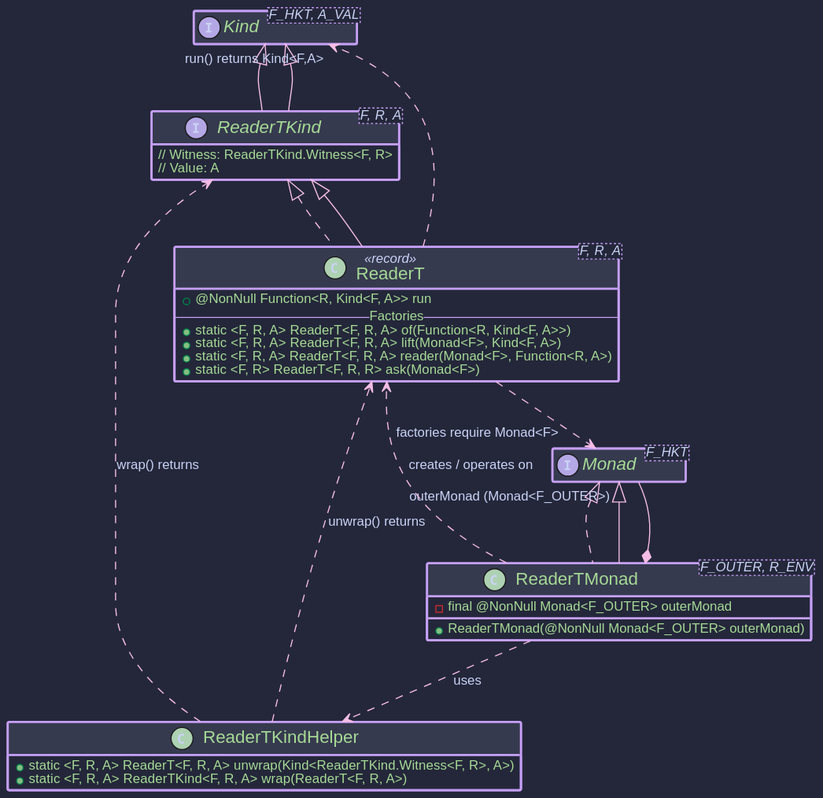
Before: hkj-book/src/images/puml/readert_transformer.svg, a diagram exported from PlantUML (higher-kinded-j/higher-kinded-j).
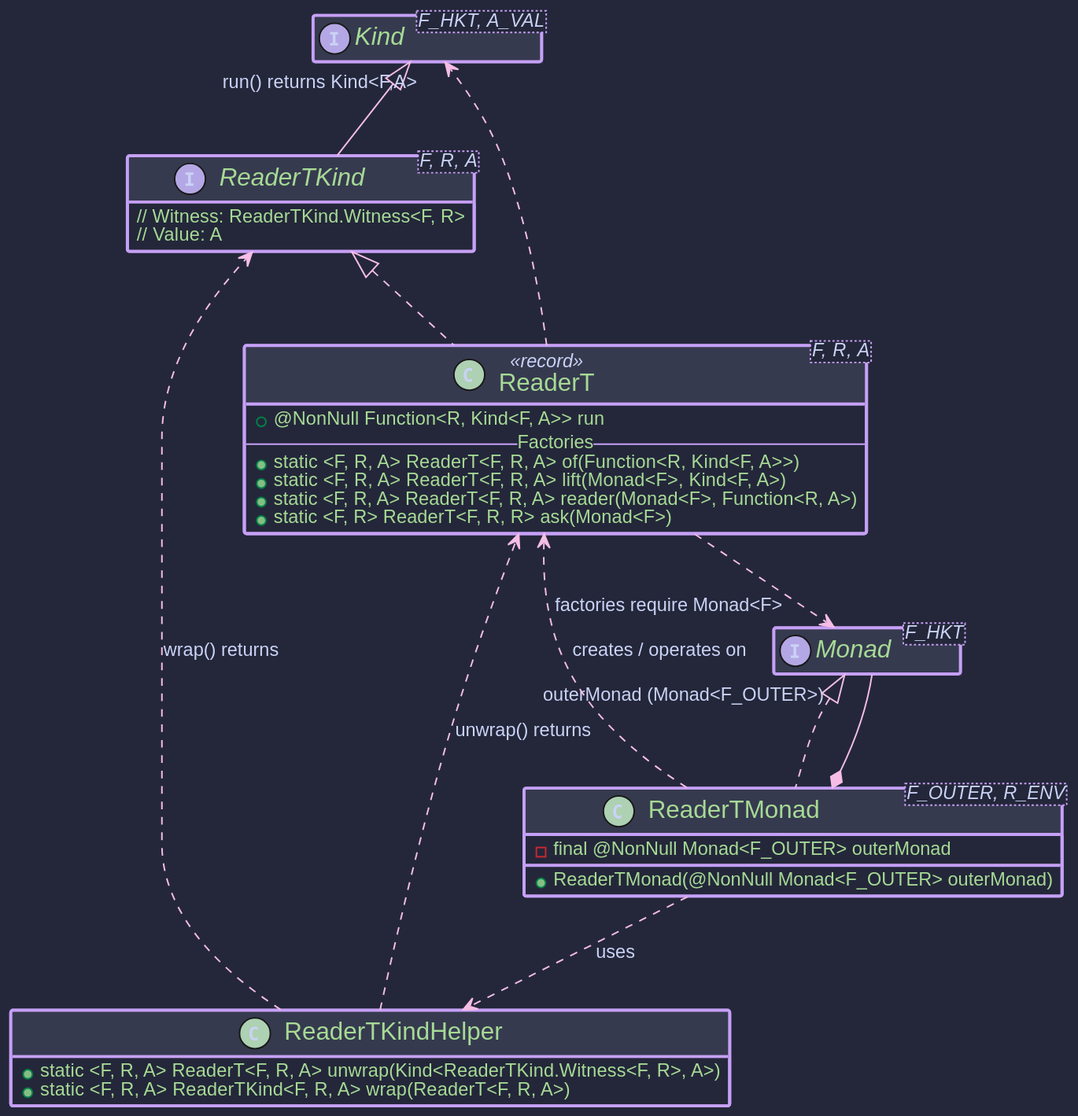
The same diagram one commit later.

Diff of the diagram source:
```diff
@@ -34,7 +34,7 @@
 
   }
 
-  ReaderTMonad --|> Monad
+
   ReaderTMonad *-- "outerMonad (Monad<F_OUTER>)" Monad
   ReaderTMonad ..> ReaderTKindHelper : uses
   ReaderTMonad ..> ReaderT : creates / operates on
@@ -42,9 +42,7 @@
   ReaderTKindHelper ..> ReaderT : unwrap() returns
   ReaderTKindHelper ..> ReaderTKind : wrap() returns
 
-  ReaderT --|> ReaderTKind
+
   ReaderT ..> "run() returns Kind<F,A>" Kind
   ReaderT ..> "factories require Monad<F>" Monad
-
-  ReaderTKind --|> Kind
 @enduml
```
